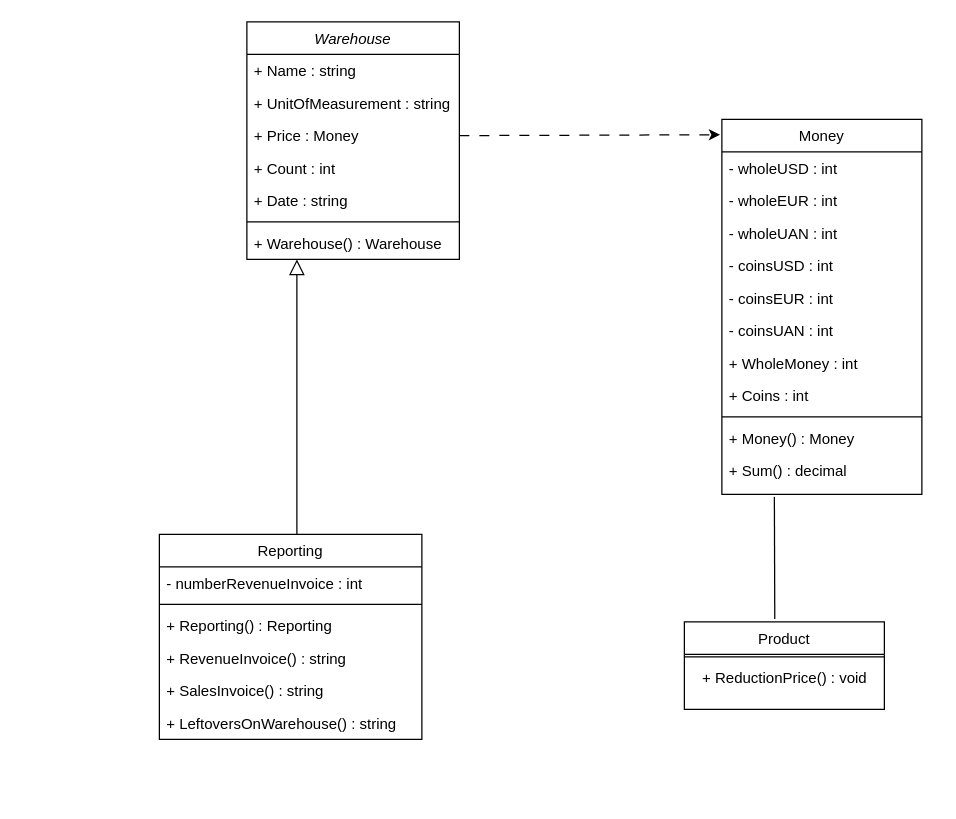
This is lab-1/Lab1Console/Lab1Console/ClassDiagram.drawio from k-hladka/Software_design, a draw.io file, before an edit. Source tidied: cells renumbered, new cells numbered last; positions are measured from the earlier drawing's top-left corner, leaving out a move shared by most shapes. Both pictures are drawn from the tidied source at 125%, with x=0, y=0 at pixel (159, 21).
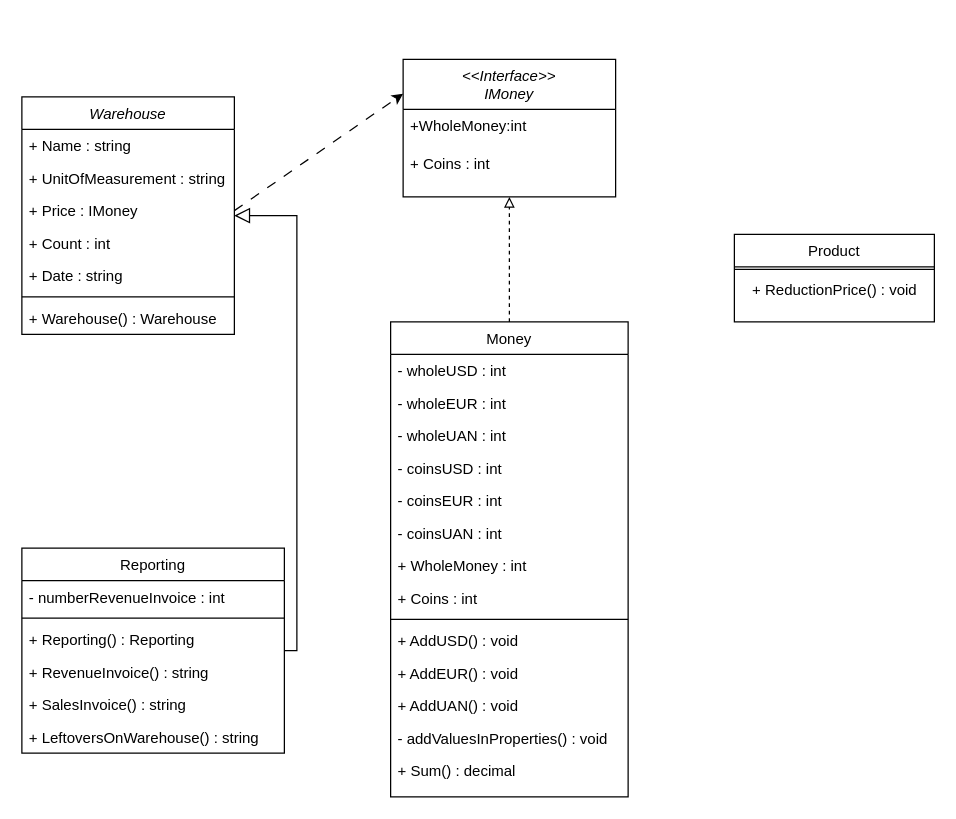
After the change.

The edit, as a diff of the source:
```diff
@@
     <mxCell id="2" value="Warehouse" style="swimlane;fontStyle=2;align=center;verticalAlign=top;horizontal=1;startSize=26;rounded=0;shadow=0;strokeWidth=1;" parent="1" vertex="1">
-      <mxGeometry x="70" width="170" height="190" as="geometry" />
+      <mxGeometry x="-110" y="60" width="170" height="190" as="geometry" />
     </mxCell>
@@
-    <mxCell id="5" value="+ Price : Money" style="text;align=left;verticalAlign=top;spacingLeft=4;spacingRight=4;overflow=hidden;points=[[0,0.5],[1,0.5]];portConstraint=eastwest;rounded=0;shadow=0;html=0;" parent="2" vertex="1">
+    <mxCell id="5" value="+ Price : IMoney" style="text;align=left;verticalAlign=top;spacingLeft=4;spacingRight=4;overflow=hidden;points=[[0,0.5],[1,0.5]];portConstraint=eastwest;rounded=0;shadow=0;html=0;" parent="2" vertex="1">
       <mxGeometry y="78" width="170" height="26" as="geometry" />
     </mxCell>
@@
     <mxCell id="10" value="Reporting" style="swimlane;fontStyle=0;align=center;verticalAlign=top;horizontal=1;startSize=26;rounded=0;shadow=0;strokeWidth=1;" parent="1" vertex="1">
-      <mxGeometry y="410" width="210" height="164" as="geometry" />
+      <mxGeometry x="-110" y="421" width="210" height="164" as="geometry" />
     </mxCell>
@@
     <mxCell id="18" value="Product" style="swimlane;fontStyle=0;align=center;verticalAlign=top;horizontal=1;startSize=26;rounded=0;shadow=0;strokeWidth=1;" parent="1" vertex="1">
-      <mxGeometry x="420" y="480" width="160" height="70" as="geometry" />
+      <mxGeometry x="460" y="170" width="160" height="70" as="geometry" />
     </mxCell>
@@
     <mxCell id="21" value="Money" style="swimlane;fontStyle=0;align=center;verticalAlign=top;horizontal=1;startSize=26;rounded=0;shadow=0;strokeWidth=1;" parent="1" vertex="1">
-      <mxGeometry x="450" y="78" width="160" height="300" as="geometry" />
+      <mxGeometry x="185" y="240" width="190" height="380" as="geometry" />
     </mxCell>
     <mxCell id="22" value="- wholeUSD : int" style="text;align=left;verticalAlign=top;spacingLeft=4;spacingRight=4;overflow=hidden;" parent="21" vertex="1">
-      <mxGeometry y="26" width="160" height="26" as="geometry" />
+      <mxGeometry y="26" width="190" height="26" as="geometry" />
     </mxCell>
     <mxCell id="23" value="- wholeEUR : int" style="text;align=left;verticalAlign=top;spacingLeft=4;spacingRight=4;overflow=hidden;" parent="21" vertex="1">
-      <mxGeometry y="52" width="160" height="26" as="geometry" />
+      <mxGeometry y="52" width="190" height="26" as="geometry" />
     </mxCell>
     <mxCell id="24" value="- wholeUAN : int" style="text;align=left;verticalAlign=top;spacingLeft=4;spacingRight=4;overflow=hidden;" parent="21" vertex="1">
-      <mxGeometry y="78" width="160" height="26" as="geometry" />
+      <mxGeometry y="78" width="190" height="26" as="geometry" />
     </mxCell>
     <mxCell id="25" value="- coinsUSD : int" style="text;align=left;verticalAlign=top;spacingLeft=4;spacingRight=4;overflow=hidden;rounded=0;shadow=0;html=0;" parent="21" vertex="1">
-      <mxGeometry y="104" width="160" height="26" as="geometry" />
+      <mxGeometry y="104" width="190" height="26" as="geometry" />
     </mxCell>
     <mxCell id="26" value="- coinsEUR : int" style="text;align=left;verticalAlign=top;spacingLeft=4;spacingRight=4;overflow=hidden;rounded=0;shadow=0;html=0;" parent="21" vertex="1">
-      <mxGeometry y="130" width="160" height="26" as="geometry" />
+      <mxGeometry y="130" width="190" height="26" as="geometry" />
     </mxCell>
     <mxCell id="27" value="- coinsUAN : int" style="text;align=left;verticalAlign=top;spacingLeft=4;spacingRight=4;overflow=hidden;rounded=0;shadow=0;html=0;" parent="21" vertex="1">
-      <mxGeometry y="156" width="160" height="26" as="geometry" />
+      <mxGeometry y="156" width="190" height="26" as="geometry" />
     </mxCell>
     <mxCell id="28" value="+ WholeMoney : int" style="text;align=left;verticalAlign=top;spacingLeft=4;spacingRight=4;overflow=hidden;rounded=0;shadow=0;html=0;" parent="21" vertex="1">
-      <mxGeometry y="182" width="160" height="26" as="geometry" />
+      <mxGeometry y="182" width="190" height="26" as="geometry" />
     </mxCell>
     <mxCell id="29" value="+ Coins : int" style="text;align=left;verticalAlign=top;spacingLeft=4;spacingRight=4;overflow=hidden;rounded=0;shadow=0;html=0;" parent="21" vertex="1">
-      <mxGeometry y="208" width="160" height="26" as="geometry" />
+      <mxGeometry y="208" width="190" height="26" as="geometry" />
     </mxCell>
     <mxCell id="30" style="line;html=1;strokeWidth=1;align=left;verticalAlign=middle;spacingTop=-1;spacingLeft=3;spacingRight=3;labelPosition=right;" parent="21" vertex="1">
-      <mxGeometry y="234" width="160" height="8" as="geometry" />
+      <mxGeometry y="234" width="190" height="8" as="geometry" />
     </mxCell>
-    <mxCell id="31" value="+ Money() : Money" style="text;align=left;verticalAlign=top;spacingLeft=4;spacingRight=4;overflow=hidden;" parent="21" vertex="1">
-      <mxGeometry y="242" width="160" height="26" as="geometry" />
+    <mxCell id="31" value="+ AddUSD() : void" style="text;align=left;verticalAlign=top;spacingLeft=4;spacingRight=4;overflow=hidden;" parent="21" vertex="1">
+      <mxGeometry y="242" width="190" height="26" as="geometry" />
     </mxCell>
+    <mxCell id="35" value="+ AddEUR() : void" style="text;align=left;verticalAlign=top;spacingLeft=4;spacingRight=4;overflow=hidden;" parent="21" vertex="1">
+      <mxGeometry y="268" width="190" height="26" as="geometry" />
+    </mxCell>
+    <mxCell id="36" value="+ AddUAN() : void" style="text;align=left;verticalAlign=top;spacingLeft=4;spacingRight=4;overflow=hidden;" parent="21" vertex="1">
+      <mxGeometry y="294" width="190" height="26" as="geometry" />
+    </mxCell>
+    <mxCell id="37" value="- addValuesInProperties() : void" style="text;align=left;verticalAlign=top;spacingLeft=4;spacingRight=4;overflow=hidden;" parent="21" vertex="1">
+      <mxGeometry y="320" width="190" height="26" as="geometry" />
+    </mxCell>
     <mxCell id="32" value="+ Sum() : decimal" style="text;align=left;verticalAlign=top;spacingLeft=4;spacingRight=4;overflow=hidden;rounded=0;shadow=0;html=0;" parent="21" vertex="1">
-      <mxGeometry y="268" width="160" height="22" as="geometry" />
+      <mxGeometry y="346" width="190" height="22" as="geometry" />
     </mxCell>
-    <mxCell id="33" style="endArrow=classic;html=1;rounded=0;exitX=1;exitY=0.5;exitDx=0;exitDy=0;dashed=1;dashPattern=8 8;entryX=-0.009;entryY=0.041;entryDx=0;entryDy=0;entryPerimeter=0;" parent="1" edge="1" source="5" target="21">
+    <mxCell id="33" style="endArrow=classic;html=1;rounded=0;exitX=1;exitY=0.5;exitDx=0;exitDy=0;dashed=1;dashPattern=8 8;entryX=0;entryY=0.25;entryDx=0;entryDy=0;" parent="1" edge="1" source="5" target="38">
       <mxGeometry relative="1" as="geometry" />
     </mxCell>
-    <mxCell id="34" style="endArrow=none;html=1;rounded=0;exitX=0.452;exitY=-0.032;exitDx=0;exitDy=0;exitPerimeter=0;" parent="1" edge="1" source="18">
-      <mxGeometry relative="1" as="geometry">
-        <mxPoint x="492" y="380" as="targetPoint" />
-      </mxGeometry>
-    </mxCell>
+    <mxCell id="38" value="&lt;&lt;Interface&gt;&gt;&#10;IMoney&#10;" style="swimlane;fontStyle=2;align=center;verticalAlign=top;horizontal=1;startSize=40;rounded=0;shadow=0;strokeWidth=1;" parent="1" vertex="1">
+      <mxGeometry x="195" y="30" width="170" height="110" as="geometry" />
+    </mxCell>
+    <mxCell id="39" value="+WholeMoney:int" style="text;align=left;verticalAlign=top;spacingLeft=4;spacingRight=4;overflow=hidden;" parent="38" vertex="1">
+      <mxGeometry y="40" width="170" height="30" as="geometry" />
+    </mxCell>
+    <mxCell id="40" value="+ Coins : int&#10;" style="text;align=left;verticalAlign=top;spacingLeft=4;spacingRight=4;overflow=hidden;rounded=0;shadow=0;html=0;" parent="38" vertex="1">
+      <mxGeometry y="70" width="170" height="26" as="geometry" />
+    </mxCell>
+    <mxCell id="41" style="endArrow=block;html=1;rounded=0;dashed=1;endFill=0;entryX=0.5;entryY=1;entryDx=0;entryDy=0;" parent="1" edge="1" source="21" target="38">
+      <mxGeometry relative="1" as="geometry" />
+    </mxCell>
```
